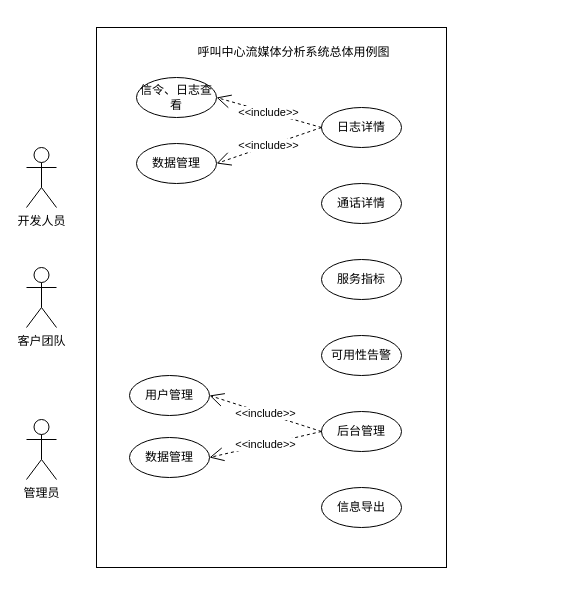
Earlier version of the draw.io diagram 未命名绘图.drawio (hjjkk/cpp_interview). Source tidied: cells renumbered, new cells numbered last; positions are measured from the earlier drawing's top-left corner, leaving out a move shared by most shapes. Both pictures are drawn from the tidied source at 100%, with x=0, y=0 at pixel (26, 27).
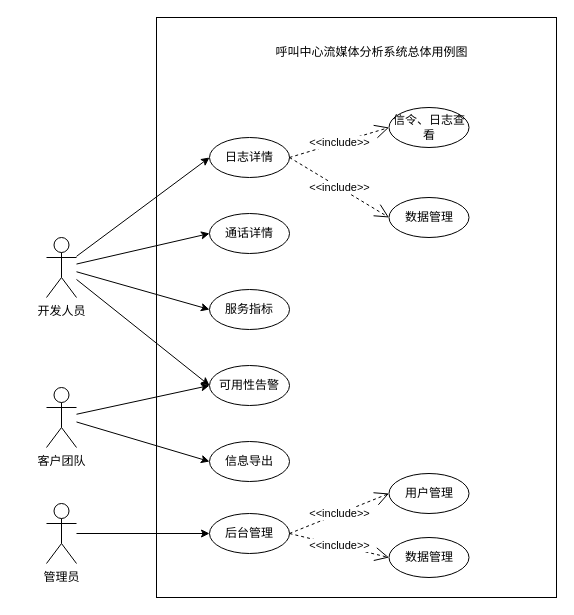
After the change.

Commit message:
更新未命名绘图.drawio

Diff of the diagram source:
```diff
@@
     <mxCell id="2" style="rounded=0;whiteSpace=wrap;html=1;" parent="1" vertex="1">
-      <mxGeometry x="70" width="350" height="540" as="geometry" />
+      <mxGeometry x="130" y="-10" width="400" height="580" as="geometry" />
     </mxCell>
+    <mxCell id="21" style="rounded=0;jettySize=auto;html=1;entryX=0;entryY=0.5;entryDx=0;entryDy=0;" parent="1" edge="1" source="3" target="7">
+      <mxGeometry relative="1" as="geometry" />
+    </mxCell>
+    <mxCell id="22" style="rounded=0;jettySize=auto;html=1;entryX=0;entryY=0.5;entryDx=0;entryDy=0;" parent="1" edge="1" source="3" target="5">
+      <mxGeometry relative="1" as="geometry" />
+    </mxCell>
+    <mxCell id="23" style="rounded=0;jettySize=auto;html=1;entryX=0;entryY=0.5;entryDx=0;entryDy=0;" parent="1" edge="1" source="3" target="8">
+      <mxGeometry relative="1" as="geometry" />
+    </mxCell>
+    <mxCell id="24" style="rounded=0;jettySize=auto;html=1;entryX=0;entryY=0.5;entryDx=0;entryDy=0;" parent="1" edge="1" source="3" target="9">
+      <mxGeometry relative="1" as="geometry" />
+    </mxCell>
     <mxCell id="3" value="开发人员" style="shape=umlActor;verticalLabelPosition=bottom;verticalAlign=top;html=1;outlineConnect=0;" parent="1" vertex="1">
-      <mxGeometry y="120" width="30" height="60" as="geometry" />
+      <mxGeometry x="20" y="210" width="30" height="60" as="geometry" />
     </mxCell>
+    <mxCell id="25" style="rounded=0;jettySize=auto;html=1;entryX=0;entryY=0.5;entryDx=0;entryDy=0;" parent="1" edge="1" source="4" target="10">
+      <mxGeometry relative="1" as="geometry" />
+    </mxCell>
     <mxCell id="4" value="管理员" style="shape=umlActor;verticalLabelPosition=bottom;verticalAlign=top;html=1;outlineConnect=0;" parent="1" vertex="1">
-      <mxGeometry y="392" width="30" height="60" as="geometry" />
+      <mxGeometry x="20" y="476" width="30" height="60" as="geometry" />
     </mxCell>
     <mxCell id="5" value="通话详情" style="ellipse;whiteSpace=wrap;html=1;" parent="1" vertex="1">
-      <mxGeometry x="295" y="156" width="80" height="40" as="geometry" />
+      <mxGeometry x="183" y="186" width="80" height="40" as="geometry" />
     </mxCell>
+    <mxCell id="26" style="rounded=0;jettySize=auto;html=1;entryX=0;entryY=0.5;entryDx=0;entryDy=0;" parent="1" edge="1" source="6" target="12">
+      <mxGeometry relative="1" as="geometry" />
+    </mxCell>
+    <mxCell id="27" style="rounded=0;jettySize=auto;html=1;entryX=0;entryY=0.5;entryDx=0;entryDy=0;" parent="1" edge="1" source="6" target="9">
+      <mxGeometry relative="1" as="geometry" />
+    </mxCell>
     <mxCell id="6" value="客户团队" style="shape=umlActor;verticalLabelPosition=bottom;verticalAlign=top;html=1;outlineConnect=0;" parent="1" vertex="1">
-      <mxGeometry y="240" width="30" height="60" as="geometry" />
+      <mxGeometry x="20" y="360" width="30" height="60" as="geometry" />
     </mxCell>
     <mxCell id="7" value="日志详情" style="ellipse;whiteSpace=wrap;html=1;" parent="1" vertex="1">
-      <mxGeometry x="295" y="80" width="80" height="40" as="geometry" />
+      <mxGeometry x="183" y="110" width="80" height="40" as="geometry" />
     </mxCell>
     <mxCell id="8" value="服务指标" style="ellipse;whiteSpace=wrap;html=1;" parent="1" vertex="1">
-      <mxGeometry x="295" y="232" width="80" height="40" as="geometry" />
+      <mxGeometry x="183" y="262" width="80" height="40" as="geometry" />
     </mxCell>
     <mxCell id="9" value="可用性告警" style="ellipse;whiteSpace=wrap;html=1;" parent="1" vertex="1">
-      <mxGeometry x="295" y="308" width="80" height="40" as="geometry" />
+      <mxGeometry x="183" y="338" width="80" height="40" as="geometry" />
     </mxCell>
     <mxCell id="10" value="后台管理" style="ellipse;whiteSpace=wrap;html=1;" parent="1" vertex="1">
-      <mxGeometry x="295" y="384" width="80" height="40" as="geometry" />
+      <mxGeometry x="183" y="486" width="80" height="40" as="geometry" />
     </mxCell>
     <mxCell id="11" value="信令、日志查看" style="ellipse;whiteSpace=wrap;html=1;" parent="1" vertex="1">
-      <mxGeometry x="110" y="50" width="80" height="40" as="geometry" />
+      <mxGeometry x="362.5" y="80" width="80" height="40" as="geometry" />
     </mxCell>
     <mxCell id="12" value="信息导出" style="ellipse;whiteSpace=wrap;html=1;" parent="1" vertex="1">
-      <mxGeometry x="295" y="460" width="80" height="40" as="geometry" />
+      <mxGeometry x="183" y="414" width="80" height="40" as="geometry" />
     </mxCell>
     <mxCell id="13" value="数据管理" style="ellipse;whiteSpace=wrap;html=1;" parent="1" vertex="1">
-      <mxGeometry x="110" y="116" width="80" height="40" as="geometry" />
+      <mxGeometry x="362.5" y="170" width="80" height="40" as="geometry" />
     </mxCell>
     <mxCell id="14" value="呼叫中心流媒体分析系统总体用例图" style="text;html=1;strokeColor=none;fillColor=none;align=center;verticalAlign=middle;whiteSpace=wrap;rounded=0;" parent="1" vertex="1">
-      <mxGeometry x="170" y="10" width="195" height="30" as="geometry" />
+      <mxGeometry x="247.5" y="10" width="195" height="30" as="geometry" />
     </mxCell>
-    <mxCell id="15" value="&amp;lt;&amp;lt;include&amp;gt;&amp;gt;" style="endArrow=open;endSize=12;dashed=1;html=1;rounded=0;exitX=0;exitY=0.5;exitDx=0;exitDy=0;entryX=1;entryY=0.5;entryDx=0;entryDy=0;" parent="1" edge="1" source="7" target="11">
+    <mxCell id="15" value="&amp;lt;&amp;lt;include&amp;gt;&amp;gt;" style="endArrow=open;endSize=12;dashed=1;html=1;rounded=0;exitX=1;exitY=0.5;exitDx=0;exitDy=0;entryX=0;entryY=0.5;entryDx=0;entryDy=0;" parent="1" edge="1" source="7" target="11">
       <mxGeometry relative="1" as="geometry" />
     </mxCell>
-    <mxCell id="16" value="&amp;lt;&amp;lt;include&amp;gt;&amp;gt;" style="endArrow=open;endSize=12;dashed=1;html=1;rounded=0;exitX=0;exitY=0.5;exitDx=0;exitDy=0;entryX=1;entryY=0.5;entryDx=0;entryDy=0;" parent="1" edge="1" source="7" target="13">
+    <mxCell id="16" value="&amp;lt;&amp;lt;include&amp;gt;&amp;gt;" style="endArrow=open;endSize=12;dashed=1;html=1;rounded=0;exitX=1;exitY=0.5;exitDx=0;exitDy=0;entryX=0;entryY=0.5;entryDx=0;entryDy=0;" parent="1" edge="1" source="7" target="13">
       <mxGeometry relative="1" as="geometry" />
     </mxCell>
     <mxCell id="17" value="用户管理" style="ellipse;whiteSpace=wrap;html=1;" parent="1" vertex="1">
-      <mxGeometry x="103" y="348" width="80" height="40" as="geometry" />
+      <mxGeometry x="362.5" y="446" width="80" height="40" as="geometry" />
     </mxCell>
-    <mxCell id="18" value="&amp;lt;&amp;lt;include&amp;gt;&amp;gt;" style="endArrow=open;endSize=12;dashed=1;html=1;rounded=0;exitX=0;exitY=0.5;exitDx=0;exitDy=0;entryX=1;entryY=0.5;entryDx=0;entryDy=0;" parent="1" edge="1" source="10" target="17">
+    <mxCell id="18" value="&amp;lt;&amp;lt;include&amp;gt;&amp;gt;" style="endArrow=open;endSize=12;dashed=1;html=1;rounded=0;exitX=1;exitY=0.5;exitDx=0;exitDy=0;entryX=0;entryY=0.5;entryDx=0;entryDy=0;" parent="1" edge="1" source="10" target="17">
       <mxGeometry relative="1" as="geometry" />
     </mxCell>
     <mxCell id="19" value="数据管理" style="ellipse;whiteSpace=wrap;html=1;" parent="1" vertex="1">
-      <mxGeometry x="103" y="410" width="80" height="40" as="geometry" />
+      <mxGeometry x="362.5" y="510" width="80" height="40" as="geometry" />
     </mxCell>
-    <mxCell id="20" value="&amp;lt;&amp;lt;include&amp;gt;&amp;gt;" style="endArrow=open;endSize=12;dashed=1;html=1;rounded=0;exitX=0;exitY=0.5;exitDx=0;exitDy=0;entryX=1;entryY=0.5;entryDx=0;entryDy=0;" parent="1" edge="1" source="10" target="19">
+    <mxCell id="20" value="&amp;lt;&amp;lt;include&amp;gt;&amp;gt;" style="endArrow=open;endSize=12;dashed=1;html=1;rounded=0;exitX=1;exitY=0.5;exitDx=0;exitDy=0;entryX=0;entryY=0.5;entryDx=0;entryDy=0;" parent="1" edge="1" source="10" target="19">
       <mxGeometry relative="1" as="geometry" />
     </mxCell>
```
